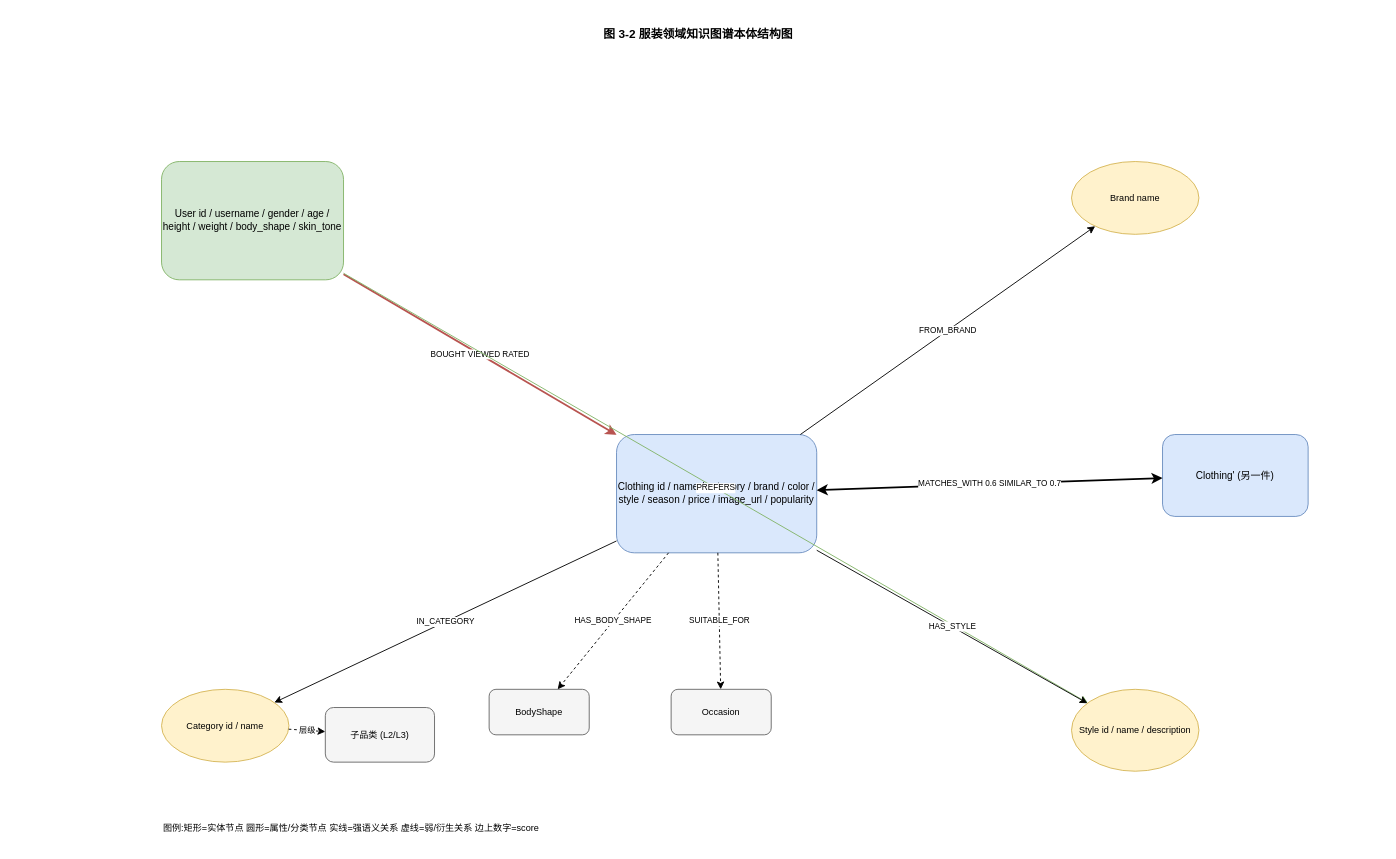
Earlier version of the draw.io diagram page "图3-2_本体结构" (2 of 8) of 第3章_图.drawio (Rjhao/clothing-recommender). Source tidied: cells renumbered, new cells numbered last; positions are measured from the earlier drawing's top-left corner, leaving out a move shared by most shapes. Both pictures are drawn from the tidied source at 91%, with x=0, y=0 at pixel (15, 15).
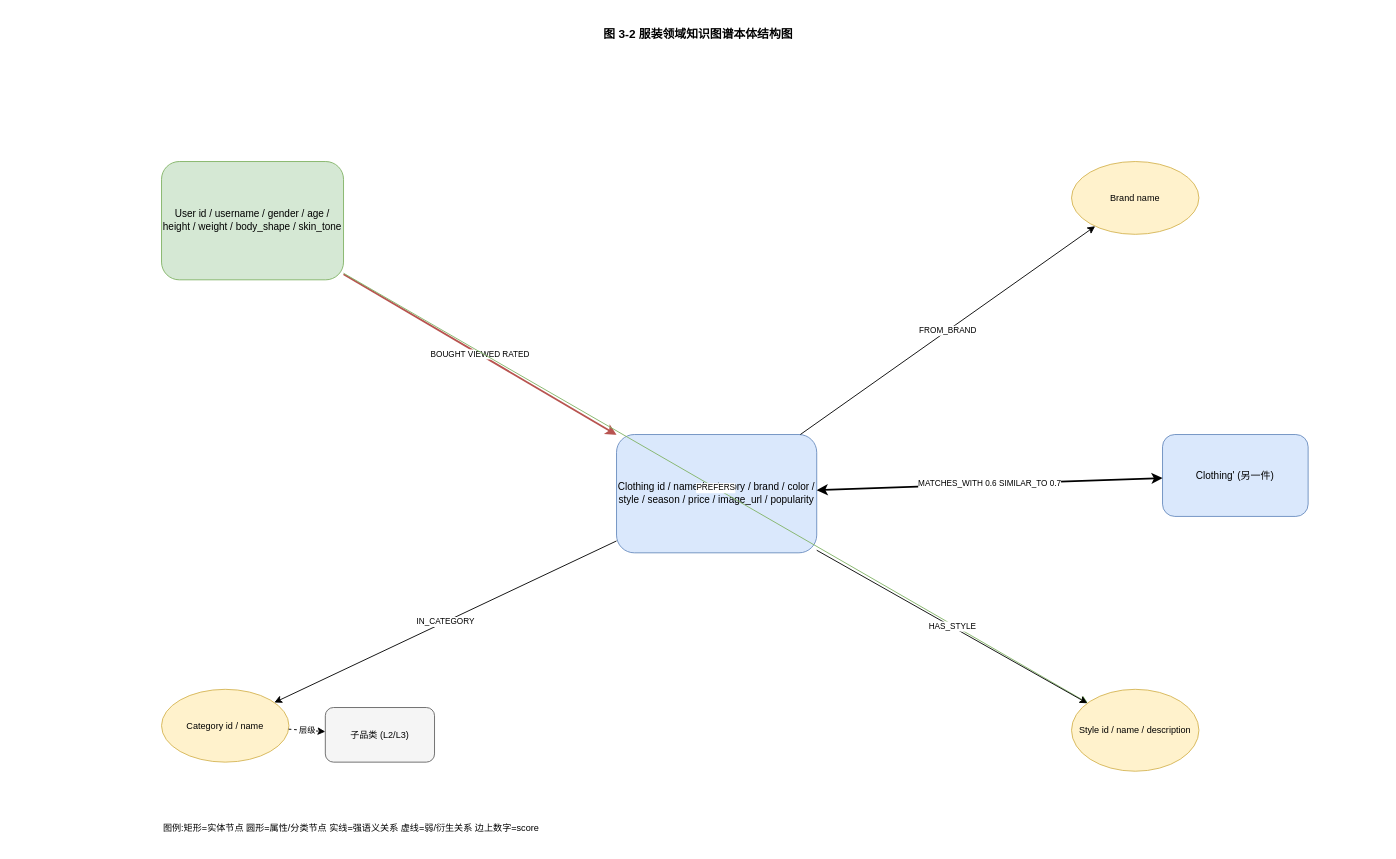
Above is the later version.

The change refers to these unchanged cells:
```xml
<mxCell id="3" value="Clothing  id / name / category / brand / color / style / season / price / image_url / popularity" style="rounded=1;whiteSpace=wrap;html=1;fillColor=#dae8fc;strokeColor=#6c8ebf;fontSize=11;" parent="1" vertex="1">
  <mxGeometry x="660" y="460" width="220" height="130" as="geometry" />
</mxCell>
```

Diff of the diagram source:
```diff
@@
-    <mxCell id="10" value="BodyShape" style="rounded=1;whiteSpace=wrap;html=1;fillColor=#f5f5f5;strokeColor=#666666;fontSize=10;" parent="1" vertex="1">
-      <mxGeometry x="520" y="740" width="110" height="50" as="geometry" />
-    </mxCell>
-    <mxCell id="11" value="Occasion" style="rounded=1;whiteSpace=wrap;html=1;fillColor=#f5f5f5;strokeColor=#666666;fontSize=10;" parent="1" vertex="1">
-      <mxGeometry x="720" y="740" width="110" height="50" as="geometry" />
-    </mxCell>
@@
-    <mxCell id="19" value="HAS_BODY_SHAPE" style="endArrow=classic;html=1;fontSize=9;dashed=1;" parent="1" edge="1" source="3" target="10">
-      <mxGeometry relative="1" as="geometry" />
-    </mxCell>
-    <mxCell id="20" value="SUITABLE_FOR" style="endArrow=classic;html=1;fontSize=9;dashed=1;" parent="1" edge="1" source="3" target="11">
-      <mxGeometry relative="1" as="geometry" />
-    </mxCell>
```
